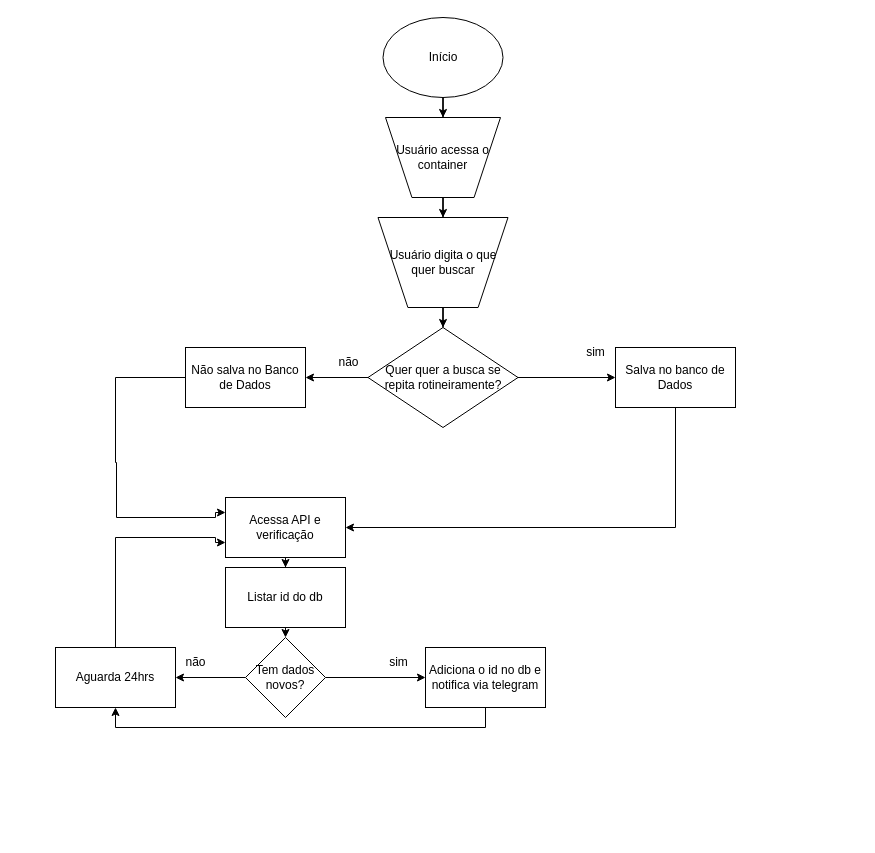
Above: Fluxograma Intelx.drawio in heloisatl/Diagrama (draw.io), before the change. Source tidied: cells renumbered, new cells numbered last; positions are measured from the earlier drawing's top-left corner, leaving out a move shared by most shapes. Both pictures are drawn from the tidied source at 100%, with x=0, y=0 at pixel (55, 17).
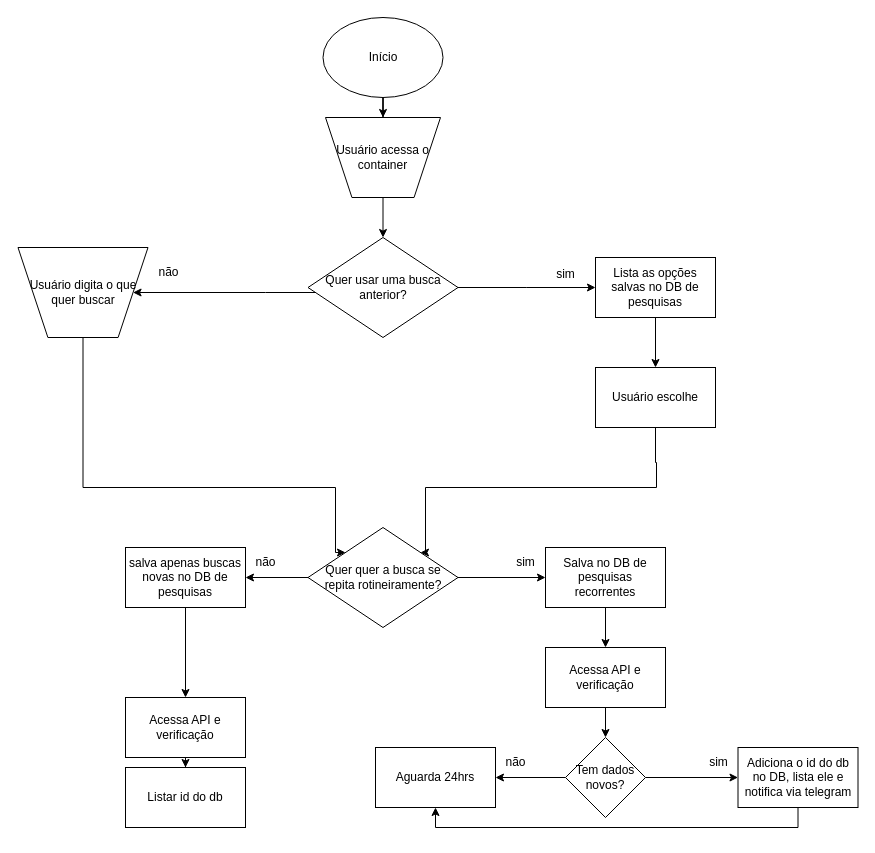
Above is the later version.

What changed in the source:
```diff
@@
     <mxCell id="3" value="Início" style="ellipse;whiteSpace=wrap;html=1;" parent="1" vertex="1">
-      <mxGeometry x="327.5" width="120" height="80" as="geometry" />
+      <mxGeometry x="267.5" width="120" height="80" as="geometry" />
     </mxCell>
@@
-    <mxCell id="5" style="edgeStyle=orthogonalEdgeStyle;rounded=0;jettySize=auto;html=1;entryX=0;entryY=0.25;entryDx=0;entryDy=0;" parent="1" edge="1" source="6" target="10">
-      <mxGeometry relative="1" as="geometry">
-        <Array as="points">
-          <mxPoint x="60" y="445" />
-          <mxPoint x="61" y="445" />
-          <mxPoint x="61" y="500" />
-          <mxPoint x="160" y="500" />
-          <mxPoint x="160" y="495" />
-        </Array>
-      </mxGeometry>
+    <mxCell id="5" style="edgeStyle=orthogonalEdgeStyle;rounded=0;jettySize=auto;html=1;" parent="1" edge="1" source="6" target="10">
+      <mxGeometry relative="1" as="geometry" />
     </mxCell>
-    <mxCell id="6" value="Não salva no Banco de Dados" style="rounded=0;whiteSpace=wrap;html=1;" parent="1" vertex="1">
-      <mxGeometry x="130" y="330" width="120" height="60" as="geometry" />
+    <mxCell id="6" value="salva apenas buscas novas no DB de pesquisas" style="rounded=0;whiteSpace=wrap;html=1;" parent="1" vertex="1">
+      <mxGeometry x="70" y="530" width="120" height="60" as="geometry" />
     </mxCell>
-    <mxCell id="7" style="edgeStyle=orthogonalEdgeStyle;rounded=0;jettySize=auto;html=1;entryX=1;entryY=0.5;entryDx=0;entryDy=0;" parent="1" edge="1" source="8" target="10">
-      <mxGeometry relative="1" as="geometry">
-        <Array as="points">
-          <mxPoint x="620" y="510" />
-        </Array>
-      </mxGeometry>
-    </mxCell>
+    <mxCell id="30" style="edgeStyle=orthogonalEdgeStyle;rounded=0;jettySize=auto;html=1;entryX=0.5;entryY=0;entryDx=0;entryDy=0;" parent="1" edge="1" source="8" target="33">
+      <mxGeometry relative="1" as="geometry" />
+    </mxCell>
-    <mxCell id="8" value="Salva no banco de Dados" style="rounded=0;whiteSpace=wrap;html=1;" parent="1" vertex="1">
-      <mxGeometry x="560" y="330" width="120" height="60" as="geometry" />
+    <mxCell id="8" value="Salva no DB de pesquisas recorrentes" style="rounded=0;whiteSpace=wrap;html=1;" parent="1" vertex="1">
+      <mxGeometry x="490" y="530" width="120" height="60" as="geometry" />
     </mxCell>
@@
     <mxCell id="10" value="Acessa API e verificação" style="rounded=0;whiteSpace=wrap;html=1;" parent="1" vertex="1">
-      <mxGeometry x="170" y="480" width="120" height="60" as="geometry" />
+      <mxGeometry x="70" y="680" width="120" height="60" as="geometry" />
     </mxCell>
-    <mxCell id="11" style="edgeStyle=orthogonalEdgeStyle;rounded=0;jettySize=auto;html=1;entryX=0.5;entryY=0;entryDx=0;entryDy=0;" parent="1" edge="1" source="12" target="13">
-      <mxGeometry relative="1" as="geometry" />
-    </mxCell>
+    <mxCell id="31" style="edgeStyle=orthogonalEdgeStyle;rounded=0;jettySize=auto;html=1;entryX=0.5;entryY=0;entryDx=0;entryDy=0;" parent="1" edge="1" source="12" target="41">
+      <mxGeometry relative="1" as="geometry" />
+    </mxCell>
     <mxCell id="12" value="Usuário acessa o container" style="verticalLabelPosition=middle;verticalAlign=middle;html=1;shape=trapezoid;perimeter=trapezoidPerimeter;whiteSpace=wrap;size=0.23;arcSize=10;flipV=1;labelPosition=center;align=center;" parent="1" vertex="1">
-      <mxGeometry x="330" y="100" width="115" height="80" as="geometry" />
+      <mxGeometry x="270" y="100" width="115" height="80" as="geometry" />
     </mxCell>
+    <mxCell id="26" style="edgeStyle=orthogonalEdgeStyle;rounded=0;jettySize=auto;html=1;entryX=0;entryY=0;entryDx=0;entryDy=0;" parent="1" edge="1" source="13" target="28">
+      <mxGeometry relative="1" as="geometry">
+        <Array as="points">
+          <mxPoint x="28" y="470" />
+          <mxPoint x="280" y="470" />
+          <mxPoint x="280" y="535" />
+        </Array>
+      </mxGeometry>
+    </mxCell>
     <mxCell id="13" value="Usuário digita o que quer buscar" style="verticalLabelPosition=middle;verticalAlign=middle;html=1;shape=trapezoid;perimeter=trapezoidPerimeter;whiteSpace=wrap;size=0.23;arcSize=10;flipV=1;labelPosition=center;align=center;" parent="1" vertex="1">
-      <mxGeometry x="322.5" y="200" width="130" height="90" as="geometry" />
+      <mxGeometry x="-37.5" y="230" width="130" height="90" as="geometry" />
     </mxCell>
     <mxCell id="14" value="não" style="text;html=1;align=center;verticalAlign=middle;strokeColor=none;fillColor=none;" parent="1" vertex="1">
-      <mxGeometry x="272.5" y="330" width="40" height="30" as="geometry" />
+      <mxGeometry x="190" y="530" width="40" height="30" as="geometry" />
     </mxCell>
     <mxCell id="15" value="sim" style="text;html=1;align=center;verticalAlign=middle;strokeColor=none;fillColor=none;" parent="1" vertex="1">
-      <mxGeometry x="520" y="320" width="40" height="30" as="geometry" />
+      <mxGeometry x="450" y="530" width="40" height="30" as="geometry" />
     </mxCell>
-    <mxCell id="16" style="edgeStyle=orthogonalEdgeStyle;rounded=0;jettySize=auto;html=1;" parent="1" edge="1" source="18" target="22">
-      <mxGeometry relative="1" as="geometry" />
-    </mxCell>
-    <mxCell id="17" style="edgeStyle=orthogonalEdgeStyle;rounded=0;jettySize=auto;html=1;entryX=1;entryY=0.5;entryDx=0;entryDy=0;" parent="1" edge="1" source="18" target="20">
-      <mxGeometry relative="1" as="geometry" />
-    </mxCell>
-    <mxCell id="18" value="Tem dados novos?" style="rhombus;whiteSpace=wrap;html=1;" parent="1" vertex="1">
-      <mxGeometry x="190" y="620" width="80" height="80" as="geometry" />
-    </mxCell>
-    <mxCell id="19" style="edgeStyle=orthogonalEdgeStyle;rounded=0;jettySize=auto;html=1;entryX=0;entryY=0.75;entryDx=0;entryDy=0;" parent="1" edge="1" source="20" target="10">
-      <mxGeometry relative="1" as="geometry">
-        <Array as="points">
-          <mxPoint x="60" y="520" />
-          <mxPoint x="160" y="520" />
-          <mxPoint x="160" y="525" />
-        </Array>
-      </mxGeometry>
-    </mxCell>
-    <mxCell id="20" value="Aguarda 24hrs" style="rounded=0;whiteSpace=wrap;html=1;" parent="1" vertex="1">
-      <mxGeometry y="630" width="120" height="60" as="geometry" />
-    </mxCell>
-    <mxCell id="21" style="edgeStyle=orthogonalEdgeStyle;rounded=0;jettySize=auto;html=1;entryX=0.5;entryY=1;entryDx=0;entryDy=0;" parent="1" edge="1" source="22" target="20">
-      <mxGeometry relative="1" as="geometry">
-        <Array as="points">
-          <mxPoint x="430" y="710" />
-          <mxPoint x="60" y="710" />
-        </Array>
-      </mxGeometry>
-    </mxCell>
-    <mxCell id="22" value="Adiciona o id no db e notifica via telegram" style="rounded=0;whiteSpace=wrap;html=1;" parent="1" vertex="1">
-      <mxGeometry x="370" y="630" width="120" height="60" as="geometry" />
-    </mxCell>
-    <mxCell id="23" value="sim" style="text;html=1;align=center;verticalAlign=middle;strokeColor=none;fillColor=none;" parent="1" vertex="1">
-      <mxGeometry x="322.5" y="630" width="40" height="30" as="geometry" />
-    </mxCell>
-    <mxCell id="24" value="não" style="text;html=1;align=center;verticalAlign=middle;strokeColor=none;fillColor=none;" parent="1" vertex="1">
-      <mxGeometry x="120" y="630" width="40" height="30" as="geometry" />
-    </mxCell>
     <mxCell id="25" value="Listar id do db" style="rounded=0;whiteSpace=wrap;html=1;" parent="1" vertex="1">
-      <mxGeometry x="170" y="550" width="120" height="60" as="geometry" />
+      <mxGeometry x="70" y="750" width="120" height="60" as="geometry" />
     </mxCell>
-    <mxCell id="26" style="edgeStyle=orthogonalEdgeStyle;rounded=0;jettySize=auto;html=1;" parent="1" edge="1" source="13" target="28">
-      <mxGeometry relative="1" as="geometry" />
-    </mxCell>
@@
     <mxCell id="28" value="Quer quer a busca se repita rotineiramente?" style="rhombus;whiteSpace=wrap;html=1;" parent="1" vertex="1">
-      <mxGeometry x="312.5" y="310" width="150" height="100" as="geometry" />
+      <mxGeometry x="252.5" y="510" width="150" height="100" as="geometry" />
     </mxCell>
-    <mxCell id="29" style="endArrow=classic;html=1;rounded=0;exitX=0.5;exitY=1;exitDx=0;exitDy=0;" parent="1" edge="1" source="25" target="18">
-      <mxGeometry relative="1" as="geometry" />
-    </mxCell>
+    <mxCell id="32" style="edgeStyle=orthogonalEdgeStyle;rounded=0;jettySize=auto;html=1;entryX=0.5;entryY=0;entryDx=0;entryDy=0;" parent="1" edge="1" source="33" target="18">
+      <mxGeometry relative="1" as="geometry" />
+    </mxCell>
+    <mxCell id="33" value="Acessa API e verificação" style="rounded=0;whiteSpace=wrap;html=1;direction=east;" parent="1" vertex="1">
+      <mxGeometry x="490" y="630" width="120" height="60" as="geometry" />
+    </mxCell>
+    <mxCell id="17" style="edgeStyle=orthogonalEdgeStyle;rounded=0;jettySize=auto;html=1;entryX=1;entryY=0.5;entryDx=0;entryDy=0;" parent="1" edge="1" source="18" target="20">
+      <mxGeometry relative="1" as="geometry" />
+    </mxCell>
+    <mxCell id="34" style="edgeStyle=orthogonalEdgeStyle;rounded=0;jettySize=auto;html=1;" parent="1" edge="1" source="18" target="36">
+      <mxGeometry relative="1" as="geometry" />
+    </mxCell>
+    <mxCell id="18" value="Tem dados novos?" style="rhombus;whiteSpace=wrap;html=1;" parent="1" vertex="1">
+      <mxGeometry x="510" y="720" width="80" height="80" as="geometry" />
+    </mxCell>
+    <mxCell id="20" value="Aguarda 24hrs" style="rounded=0;whiteSpace=wrap;html=1;" parent="1" vertex="1">
+      <mxGeometry x="320" y="730" width="120" height="60" as="geometry" />
+    </mxCell>
+    <mxCell id="35" style="edgeStyle=orthogonalEdgeStyle;rounded=0;jettySize=auto;html=1;entryX=0.5;entryY=1;entryDx=0;entryDy=0;exitX=0.5;exitY=1;exitDx=0;exitDy=0;" parent="1" edge="1" source="36" target="20">
+      <mxGeometry relative="1" as="geometry">
+        <Array as="points">
+          <mxPoint x="743" y="810" />
+          <mxPoint x="380" y="810" />
+        </Array>
+      </mxGeometry>
+    </mxCell>
+    <mxCell id="36" value="Adiciona o id do db no DB, lista ele e notifica via telegram" style="rounded=0;whiteSpace=wrap;html=1;" parent="1" vertex="1">
+      <mxGeometry x="682.5" y="730" width="120" height="60" as="geometry" />
+    </mxCell>
+    <mxCell id="37" value="sim" style="text;html=1;align=center;verticalAlign=middle;strokeColor=none;fillColor=none;" parent="1" vertex="1">
+      <mxGeometry x="642.5" y="730" width="40" height="30" as="geometry" />
+    </mxCell>
+    <mxCell id="38" value="não" style="text;html=1;align=center;verticalAlign=middle;strokeColor=none;fillColor=none;" parent="1" vertex="1">
+      <mxGeometry x="440" y="730" width="40" height="30" as="geometry" />
+    </mxCell>
+    <mxCell id="39" style="edgeStyle=orthogonalEdgeStyle;rounded=0;jettySize=auto;html=1;entryX=1;entryY=0.5;entryDx=0;entryDy=0;" parent="1" edge="1" source="41" target="13">
+      <mxGeometry relative="1" as="geometry">
+        <Array as="points">
+          <mxPoint x="210" y="275" />
+          <mxPoint x="210" y="275" />
+        </Array>
+      </mxGeometry>
+    </mxCell>
+    <mxCell id="40" style="edgeStyle=orthogonalEdgeStyle;rounded=0;jettySize=auto;html=1;" parent="1" edge="1" source="41">
+      <mxGeometry relative="1" as="geometry">
+        <mxPoint x="540" y="270" as="targetPoint" />
+      </mxGeometry>
+    </mxCell>
+    <mxCell id="41" value="Quer usar uma busca anterior?" style="rhombus;whiteSpace=wrap;html=1;" parent="1" vertex="1">
+      <mxGeometry x="252.5" y="220" width="150" height="100" as="geometry" />
+    </mxCell>
+    <mxCell id="42" value="não" style="text;html=1;align=center;verticalAlign=middle;strokeColor=none;fillColor=none;" parent="1" vertex="1">
+      <mxGeometry x="92.5" y="240" width="40" height="30" as="geometry" />
+    </mxCell>
+    <mxCell id="43" value="sim" style="text;html=1;align=center;verticalAlign=middle;strokeColor=none;fillColor=none;" parent="1" vertex="1">
+      <mxGeometry x="490" y="242" width="40" height="30" as="geometry" />
+    </mxCell>
+    <mxCell id="44" style="edgeStyle=orthogonalEdgeStyle;rounded=0;jettySize=auto;html=1;" parent="1" edge="1" source="45" target="47">
+      <mxGeometry relative="1" as="geometry" />
+    </mxCell>
+    <mxCell id="45" value="Lista as opções salvas no DB de pesquisas" style="rounded=0;whiteSpace=wrap;html=1;" parent="1" vertex="1">
+      <mxGeometry x="540" y="240" width="120" height="60" as="geometry" />
+    </mxCell>
+    <mxCell id="46" style="edgeStyle=orthogonalEdgeStyle;rounded=0;jettySize=auto;html=1;entryX=1;entryY=0;entryDx=0;entryDy=0;" parent="1" edge="1" source="47" target="28">
+      <mxGeometry relative="1" as="geometry">
+        <Array as="points">
+          <mxPoint x="600" y="445" />
+          <mxPoint x="601" y="445" />
+          <mxPoint x="601" y="470" />
+          <mxPoint x="370" y="470" />
+          <mxPoint x="370" y="535" />
+        </Array>
+      </mxGeometry>
+    </mxCell>
+    <mxCell id="47" value="Usuário escolhe" style="rounded=0;whiteSpace=wrap;html=1;" parent="1" vertex="1">
+      <mxGeometry x="540" y="350" width="120" height="60" as="geometry" />
+    </mxCell>
```
